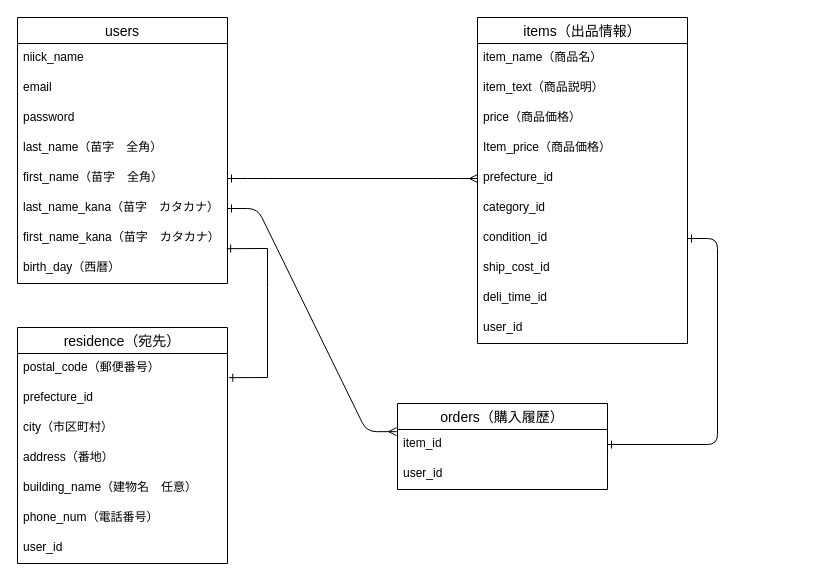
Before: ER.dio in hiroshi-43/furima-41006, a draw.io diagram. Source tidied: cells renumbered, new cells numbered last; positions are measured from the earlier drawing's top-left corner, leaving out a move shared by most shapes. Both pictures are drawn from the tidied source at 100%, with x=0, y=0 at pixel (17, 17).
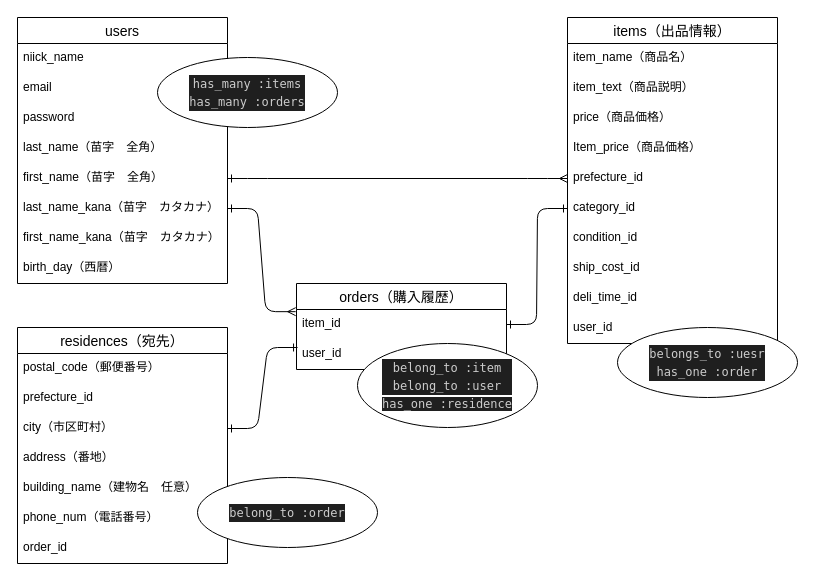
The same diagram, later.

Commit message (it also covers changes not shown here):
データベース設計　修正③

The change refers to these unchanged cells:
```xml
<mxCell id="10" value="birth_day（西暦）" style="text;strokeColor=none;fillColor=none;spacingLeft=4;spacingRight=4;overflow=hidden;points=[[0,0.5],[1,0.5]];portConstraint=eastwest;fontSize=12;" parent="2" vertex="1">
  <mxGeometry y="236" width="210" height="30" as="geometry" />
</mxCell>
<mxCell id="17" value="category_id" style="text;strokeColor=none;fillColor=none;spacingLeft=4;spacingRight=4;overflow=hidden;points=[[0,0.5],[1,0.5]];portConstraint=eastwest;fontSize=12;" parent="11" vertex="1">
  <mxGeometry y="176" width="210" height="30" as="geometry" />
</mxCell>
<mxCell id="18" value="condition_id" style="text;strokeColor=none;fillColor=none;spacingLeft=4;spacingRight=4;overflow=hidden;points=[[0,0.5],[1,0.5]];portConstraint=eastwest;fontSize=12;" parent="11" vertex="1">
  <mxGeometry y="206" width="210" height="30" as="geometry" />
</mxCell>
<mxCell id="24" value="postal_code（郵便番号）" style="text;strokeColor=none;fillColor=none;spacingLeft=4;spacingRight=4;overflow=hidden;points=[[0,0.5],[1,0.5]];portConstraint=eastwest;fontSize=12;" parent="23" vertex="1">
  <mxGeometry y="26" width="210" height="30" as="geometry" />
</mxCell>
<mxCell id="26" value="city（市区町村）" style="text;strokeColor=none;fillColor=none;spacingLeft=4;spacingRight=4;overflow=hidden;points=[[0,0.5],[1,0.5]];portConstraint=eastwest;fontSize=12;" parent="23" vertex="1">
  <mxGeometry y="86" width="210" height="30" as="geometry" />
</mxCell>
<mxCell id="32" value="item_id" style="text;strokeColor=none;fillColor=none;spacingLeft=4;spacingRight=4;overflow=hidden;points=[[0,0.5],[1,0.5]];portConstraint=eastwest;fontSize=12;" parent="31" vertex="1">
  <mxGeometry y="26" width="210" height="30" as="geometry" />
</mxCell>
<mxCell id="33" value="user_id" style="text;strokeColor=none;fillColor=none;spacingLeft=4;spacingRight=4;overflow=hidden;points=[[0,0.5],[1,0.5]];portConstraint=eastwest;fontSize=12;" parent="31" vertex="1">
  <mxGeometry y="56" width="210" height="30" as="geometry" />
</mxCell>
```

Diff of the diagram source:
```diff
@@
     <mxCell id="11" value="items（出品情報）" style="swimlane;fontStyle=0;horizontal=1;startSize=26;align=center;fontSize=14;" parent="1" vertex="1">
-      <mxGeometry x="460" width="210" height="326" as="geometry" />
+      <mxGeometry x="550" width="210" height="326" as="geometry" />
     </mxCell>
@@
-    <mxCell id="23" value="residence（宛先）" style="swimlane;fontStyle=0;horizontal=1;startSize=26;align=center;fontSize=14;" parent="1" vertex="1">
+    <mxCell id="23" value="residences（宛先）" style="swimlane;fontStyle=0;horizontal=1;startSize=26;align=center;fontSize=14;" parent="1" vertex="1">
       <mxGeometry y="310" width="210" height="236" as="geometry" />
     </mxCell>
@@
-    <mxCell id="30" value="user_id" style="text;strokeColor=none;fillColor=none;spacingLeft=4;spacingRight=4;overflow=hidden;fontSize=12;" parent="23" vertex="1">
-      <mxGeometry y="206" width="210" height="30" as="geometry" />
-    </mxCell>
+    <mxCell id="37" value="order_id" style="text;strokeColor=none;fillColor=none;spacingLeft=4;spacingRight=4;overflow=hidden;fontSize=12;" parent="23" vertex="1">
+      <mxGeometry y="206" width="210" height="30" as="geometry" />
+    </mxCell>
     <mxCell id="31" value="orders（購入履歴）" style="swimlane;fontStyle=0;horizontal=1;startSize=26;align=center;fontSize=14;" parent="1" vertex="1">
-      <mxGeometry x="380" y="386" width="210" height="86" as="geometry" />
+      <mxGeometry x="279" y="266" width="210" height="86" as="geometry" />
     </mxCell>
@@
-    <mxCell id="34" style="endArrow=ERone;html=1;rounded=0;endFill=0;startArrow=ERone;startFill=0;exitX=1.006;exitY=0.806;exitDx=0;exitDy=0;entryX=0.996;entryY=-0.161;entryDx=0;entryDy=0;entryPerimeter=0;exitPerimeter=0;" parent="1" edge="1" source="24" target="10">
-      <mxGeometry relative="1" as="geometry">
-        <Array as="points">
-          <mxPoint x="250" y="360" />
-          <mxPoint x="250" y="270" />
-          <mxPoint x="250" y="231" />
-        </Array>
-      </mxGeometry>
-    </mxCell>
-    <mxCell id="35" style="edgeStyle=entityRelationEdgeStyle;fontSize=12;html=1;endArrow=ERone;exitX=1;exitY=0.5;exitDx=0;exitDy=0;endFill=0;startArrow=ERone;startFill=0;" parent="1" edge="1" source="32" target="18">
+    <mxCell id="35" style="edgeStyle=entityRelationEdgeStyle;fontSize=12;html=1;endArrow=ERone;exitX=1;exitY=0.5;exitDx=0;exitDy=0;endFill=0;startArrow=ERone;startFill=0;entryX=0;entryY=0.5;entryDx=0;entryDy=0;" parent="1" edge="1" source="32" target="17">
       <mxGeometry relative="1" as="geometry" />
     </mxCell>
@@
+    <mxCell id="38" value="&lt;div style=&quot;color: rgb(204, 204, 204); background-color: rgb(31, 31, 31); font-family: Menlo, Monaco, &amp;quot;Courier New&amp;quot;, monospace; line-height: 18px;&quot;&gt;&lt;div&gt;has_many :items&lt;/div&gt;&lt;div&gt;has_many :orders&lt;/div&gt;&lt;/div&gt;" style="ellipse;whiteSpace=wrap;html=1;align=center;" parent="1" vertex="1">
+      <mxGeometry x="140" y="40" width="180" height="70" as="geometry" />
+    </mxCell>
+    <mxCell id="39" value="&lt;div style=&quot;color: rgb(204, 204, 204); background-color: rgb(31, 31, 31); font-family: Menlo, Monaco, &amp;quot;Courier New&amp;quot;, monospace; line-height: 18px;&quot;&gt;&lt;div style=&quot;line-height: 18px;&quot;&gt;&lt;div&gt;belongs_to :uesr&lt;/div&gt;&lt;div&gt;has_one :order&lt;/div&gt;&lt;/div&gt;&lt;/div&gt;" style="ellipse;whiteSpace=wrap;html=1;align=center;" parent="1" vertex="1">
+      <mxGeometry x="600" y="310" width="180" height="70" as="geometry" />
+    </mxCell>
+    <mxCell id="40" style="edgeStyle=entityRelationEdgeStyle;fontSize=12;html=1;endArrow=ERone;exitX=1;exitY=0.5;exitDx=0;exitDy=0;entryX=0.005;entryY=0.267;entryDx=0;entryDy=0;entryPerimeter=0;endFill=0;startArrow=ERone;startFill=0;" parent="1" edge="1" source="26" target="33">
+      <mxGeometry relative="1" as="geometry" />
+    </mxCell>
+    <mxCell id="41" value="&lt;div style=&quot;line-height: 18px;&quot;&gt;&lt;div style=&quot;line-height: 18px;&quot;&gt;&lt;div style=&quot;line-height: 18px;&quot;&gt;&lt;div style=&quot;color: rgb(204, 204, 204); font-family: Menlo, Monaco, &amp;quot;Courier New&amp;quot;, monospace; background-color: rgb(31, 31, 31);&quot;&gt;belong_to :item&lt;/div&gt;&lt;div style=&quot;color: rgb(204, 204, 204); font-family: Menlo, Monaco, &amp;quot;Courier New&amp;quot;, monospace; background-color: rgb(31, 31, 31);&quot;&gt;belong_to :user&lt;/div&gt;&lt;div style=&quot;&quot;&gt;&lt;font face=&quot;Menlo, Monaco, Courier New, monospace&quot; color=&quot;#cccccc&quot;&gt;&lt;span style=&quot;background-color: rgb(31, 31, 31);&quot;&gt;has_one :residence&lt;/span&gt;&lt;/font&gt;&lt;br&gt;&lt;/div&gt;&lt;/div&gt;&lt;/div&gt;&lt;/div&gt;" style="ellipse;whiteSpace=wrap;html=1;align=center;" parent="1" vertex="1">
+      <mxGeometry x="340" y="326" width="180" height="84" as="geometry" />
+    </mxCell>
+    <mxCell id="42" value="&lt;div style=&quot;color: rgb(204, 204, 204); background-color: rgb(31, 31, 31); font-family: Menlo, Monaco, &amp;quot;Courier New&amp;quot;, monospace; line-height: 18px;&quot;&gt;&lt;div style=&quot;line-height: 18px;&quot;&gt;&lt;div style=&quot;line-height: 18px;&quot;&gt;&lt;div style=&quot;line-height: 18px;&quot;&gt;&lt;div&gt;belong_to :order&lt;br&gt;&lt;/div&gt;&lt;/div&gt;&lt;/div&gt;&lt;/div&gt;&lt;/div&gt;" style="ellipse;whiteSpace=wrap;html=1;align=center;" parent="1" vertex="1">
+      <mxGeometry x="180" y="460" width="180" height="70" as="geometry" />
+    </mxCell>
```
